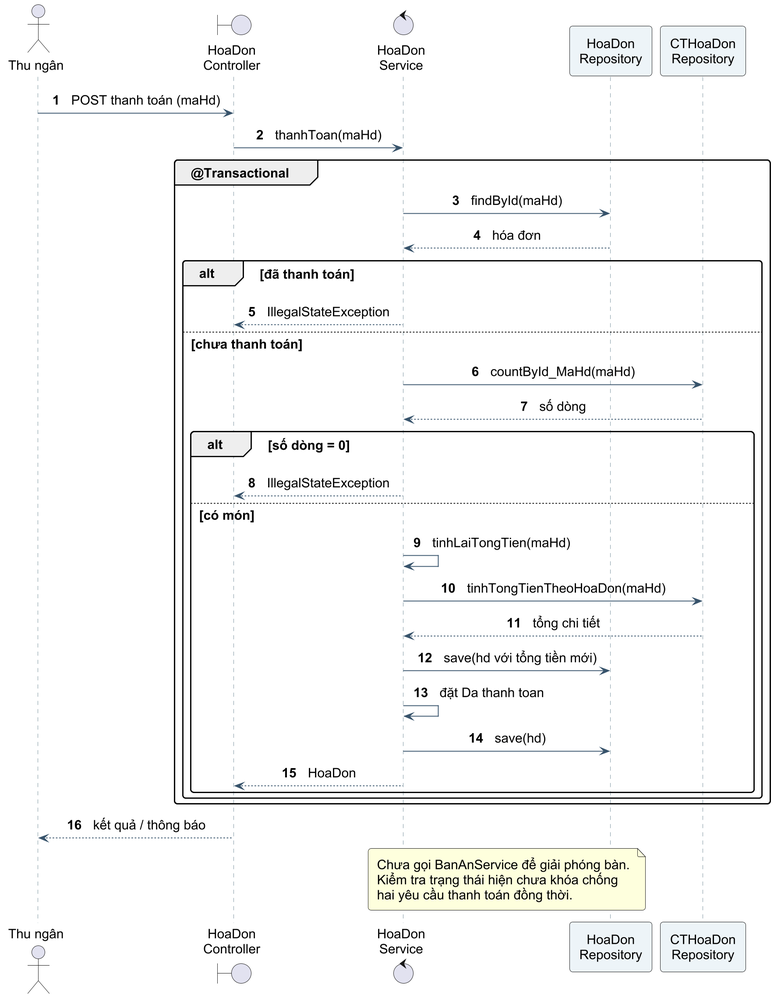
The PlantUML diagram BaoCao_PTTKHDoiTuong/so_do/07_sequence_thanh_toan.png in hoangbelike2004/QuanLyNHHS, before a commit.
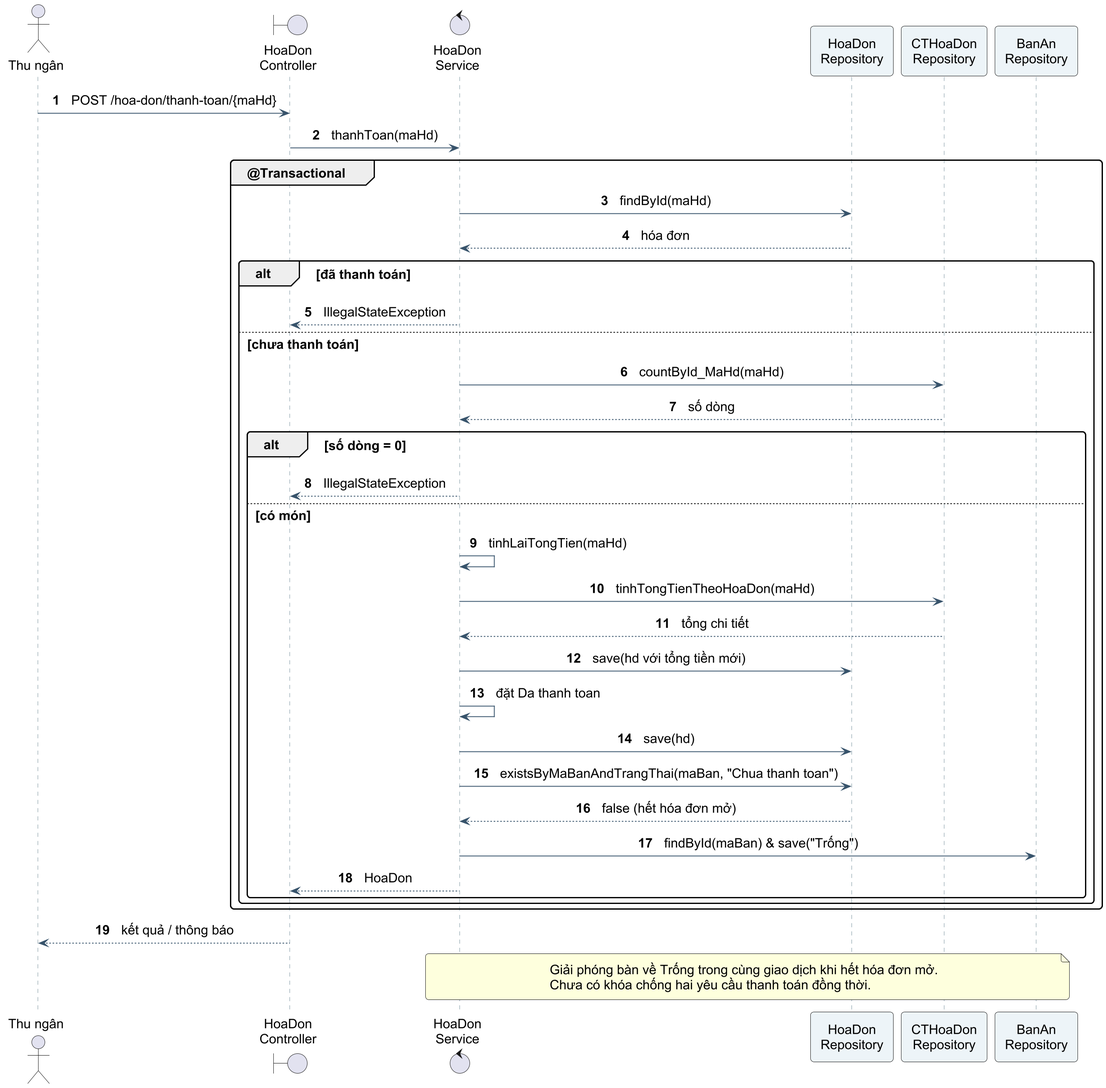
The same diagram one commit later.

Diff of the diagram source:
```diff
@@ -22,7 +22,8 @@
 control "HoaDon\nService" as S
 participant "HoaDon\nRepository" as H
 participant "CTHoaDon\nRepository" as D
-A -> C : POST thanh toán (maHd)
+participant "BanAn\nRepository" as B
+A -> C : POST /hoa-don/thanh-toan/{maHd}
 C -> S : thanhToan(maHd)
 group @Transactional
  S -> H : findById(maHd)
@@ -41,15 +42,16 @@
    S -> H : save(hd với tổng tiền mới)
    S -> S : đặt Da thanh toan
    S -> H : save(hd)
+   S -> H : existsByMaBanAndTrangThai(maBan, "Chua thanh toan")
+   H --> S : false (hết hóa đơn mở)
+   S -> B : findById(maBan) & save("Trống")
    S --> C : HoaDon
   end
  end
 end
 C --> A : kết quả / thông báo
-note over S,H
-Chưa gọi BanAnService để giải phóng bàn.
-Kiểm tra trạng thái hiện chưa khóa chống
-hai yêu cầu thanh toán đồng thời.
+note over S,B
+Giải phóng bàn về Trống trong cùng giao dịch khi hết hóa đơn mở.
+Chưa có khóa chống hai yêu cầu thanh toán đồng thời.
 end note
-
 @enduml
```
